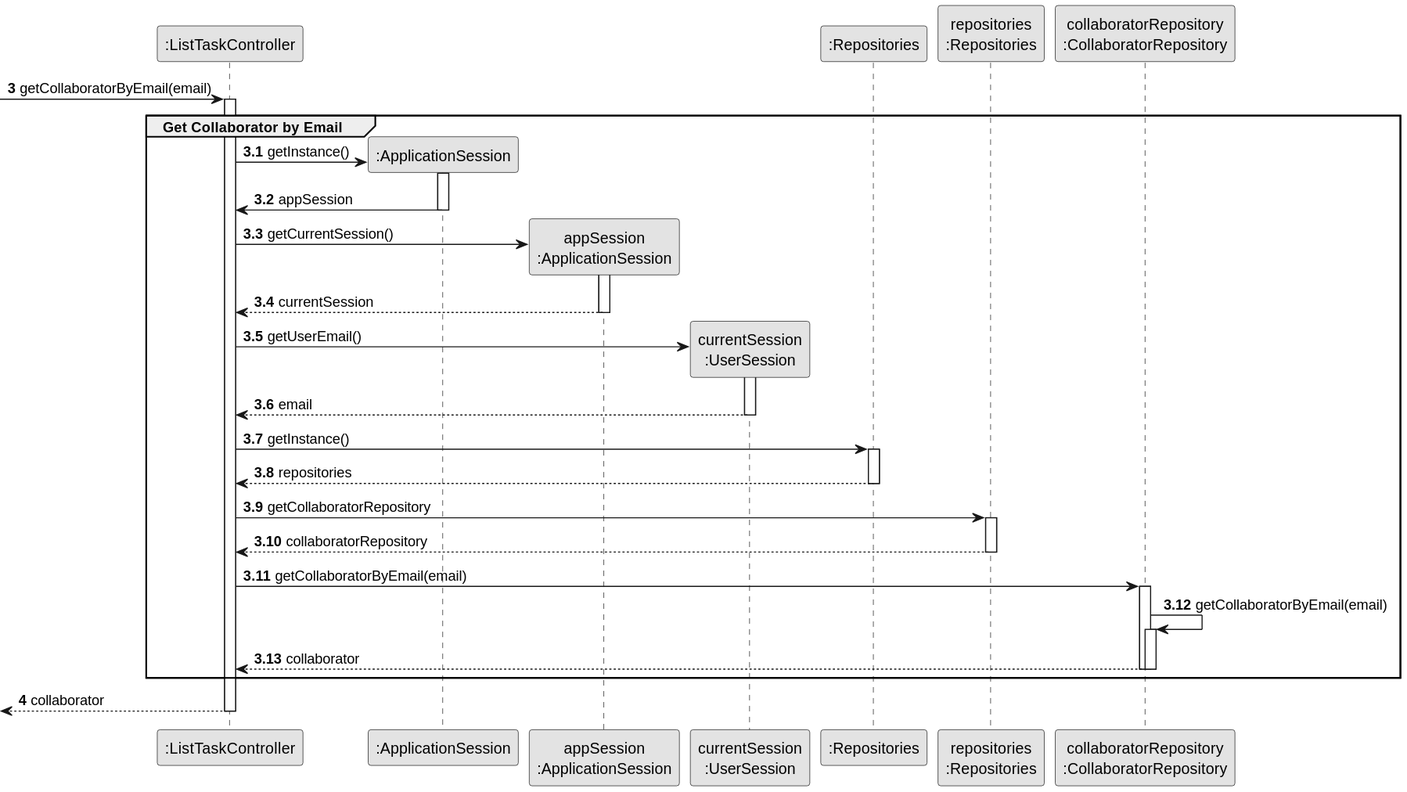
Before: docs/sprintC/us028/03.design/svg/us028-sequence-diagram-partial-get-collaborator-by-email.svg, a diagram exported from PlantUML (diogoveirospro/lei-24-s2-1dg-g072).
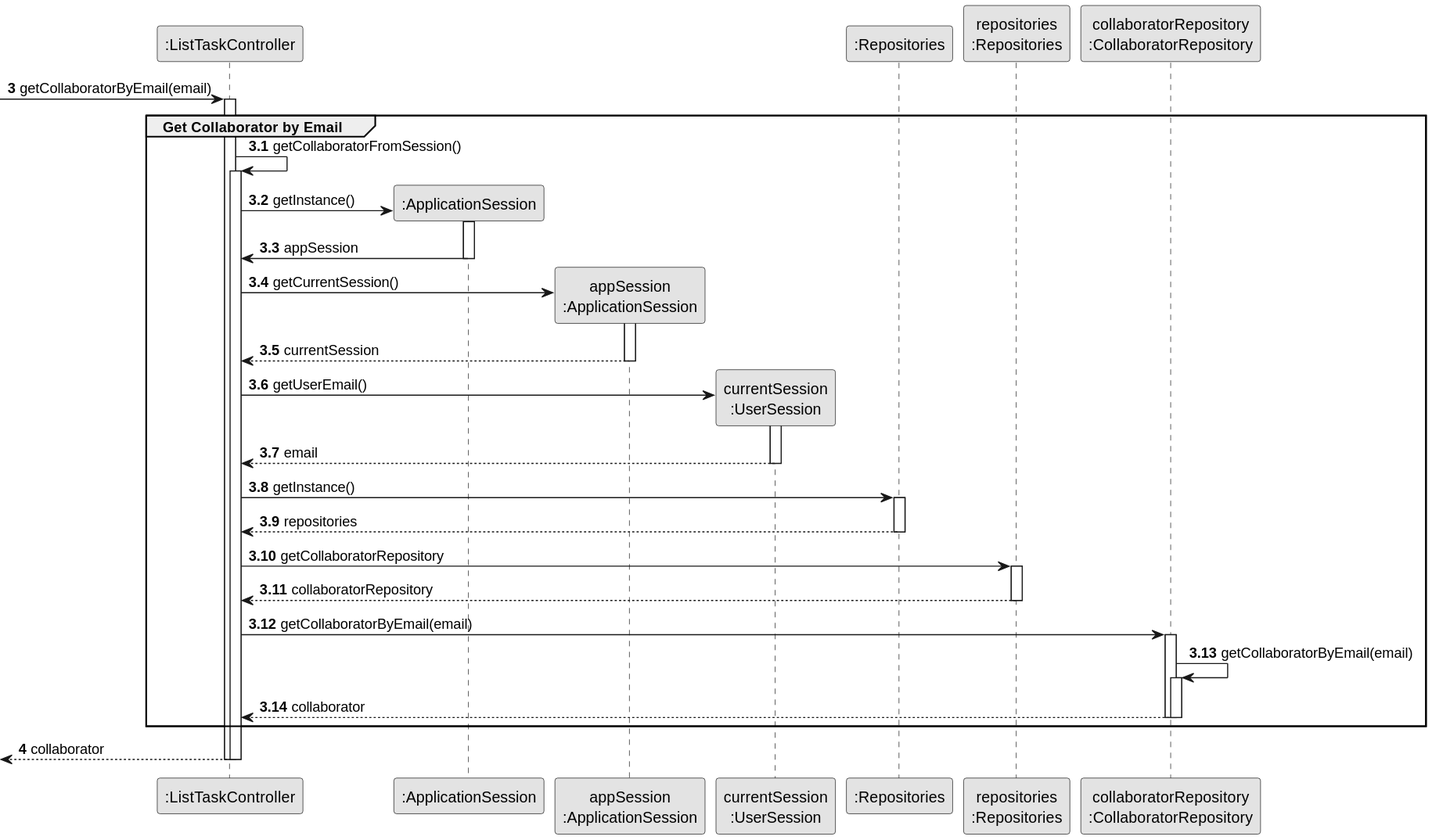
The same file after the commit.

Diff of the diagram source:
```diff
@@ -20,8 +20,13 @@
 autonumber 3.1
 activate CTRL
     group Get Collaborator by Email
+        CTRL -> CTRL : getCollaboratorFromSession()
+
+        activate CTRL
 
         CTRL -> _APP**: getInstance()
+
+
                    activate _APP
 
                         _APP -> CTRL: appSession
@@ -65,4 +70,6 @@
     autonumber 4
         <-- CTRL  : collaborator
 deactivate CTRL
+
+deactivate CTRL
 @enduml
```
